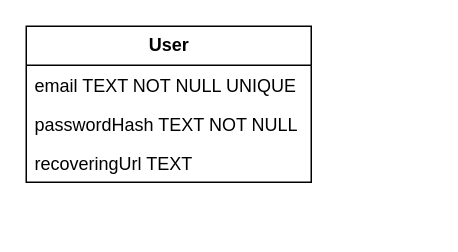
Above: raw/db.drawio in aVorotnikov/micro_design (draw.io), before the change. Source tidied: cells renumbered, new cells numbered last; positions are measured from the earlier drawing's top-left corner, leaving out a move shared by most shapes. Both pictures are drawn from the tidied source at 150%, with x=0, y=0 at pixel (26, 26).
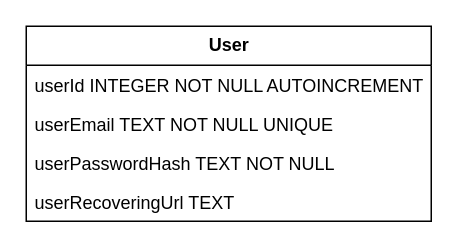
Above is the later version.

Commit message (it also covers changes not shown here):
Добавлен первичный ключ

Diff of the diagram source:
```diff
@@
 <mxGraphModel>
   <root>
     <mxCell id="0" />
     <mxCell id="1" parent="0" />
     <mxCell id="2" value="&lt;b&gt;User&lt;/b&gt;" style="swimlane;fontStyle=0;horizontal=1;startSize=26;fillColor=none;html=1;" parent="1" vertex="1">
-      <mxGeometry width="190" height="104" as="geometry" />
+      <mxGeometry width="270" height="130" as="geometry" />
     </mxCell>
+    <mxCell id="6" value="userId INTEGER NOT NULL AUTOINCREMENT" style="text;strokeColor=none;fillColor=none;align=left;verticalAlign=top;spacingLeft=4;spacingRight=4;overflow=hidden;whiteSpace=wrap;html=1;" parent="2" vertex="1">
+      <mxGeometry y="26" width="270" height="26" as="geometry" />
+    </mxCell>
-    <mxCell id="3" value="email TEXT NOT NULL UNIQUE" style="text;strokeColor=none;fillColor=none;align=left;verticalAlign=top;spacingLeft=4;spacingRight=4;overflow=hidden;whiteSpace=wrap;html=1;" parent="2" vertex="1">
-      <mxGeometry y="26" width="190" height="26" as="geometry" />
+    <mxCell id="3" value="userEmail TEXT NOT NULL UNIQUE" style="text;strokeColor=none;fillColor=none;align=left;verticalAlign=top;spacingLeft=4;spacingRight=4;overflow=hidden;whiteSpace=wrap;html=1;" parent="2" vertex="1">
+      <mxGeometry y="52" width="270" height="26" as="geometry" />
     </mxCell>
-    <mxCell id="4" value="passwordHash TEXT NOT NULL" style="text;strokeColor=none;fillColor=none;align=left;verticalAlign=top;spacingLeft=4;spacingRight=4;overflow=hidden;whiteSpace=wrap;html=1;" parent="2" vertex="1">
-      <mxGeometry y="52" width="190" height="26" as="geometry" />
+    <mxCell id="4" value="userPasswordHash TEXT NOT NULL" style="text;strokeColor=none;fillColor=none;align=left;verticalAlign=top;spacingLeft=4;spacingRight=4;overflow=hidden;whiteSpace=wrap;html=1;" parent="2" vertex="1">
+      <mxGeometry y="78" width="270" height="26" as="geometry" />
     </mxCell>
-    <mxCell id="5" value="recoveringUrl TEXT" style="text;strokeColor=none;fillColor=none;align=left;verticalAlign=top;spacingLeft=4;spacingRight=4;overflow=hidden;whiteSpace=wrap;html=1;" parent="2" vertex="1">
-      <mxGeometry y="78" width="190" height="26" as="geometry" />
+    <mxCell id="5" value="userRecoveringUrl TEXT" style="text;strokeColor=none;fillColor=none;align=left;verticalAlign=top;spacingLeft=4;spacingRight=4;overflow=hidden;whiteSpace=wrap;html=1;" parent="2" vertex="1">
+      <mxGeometry y="104" width="270" height="26" as="geometry" />
     </mxCell>
   </root>
 </mxGraphModel>
```
